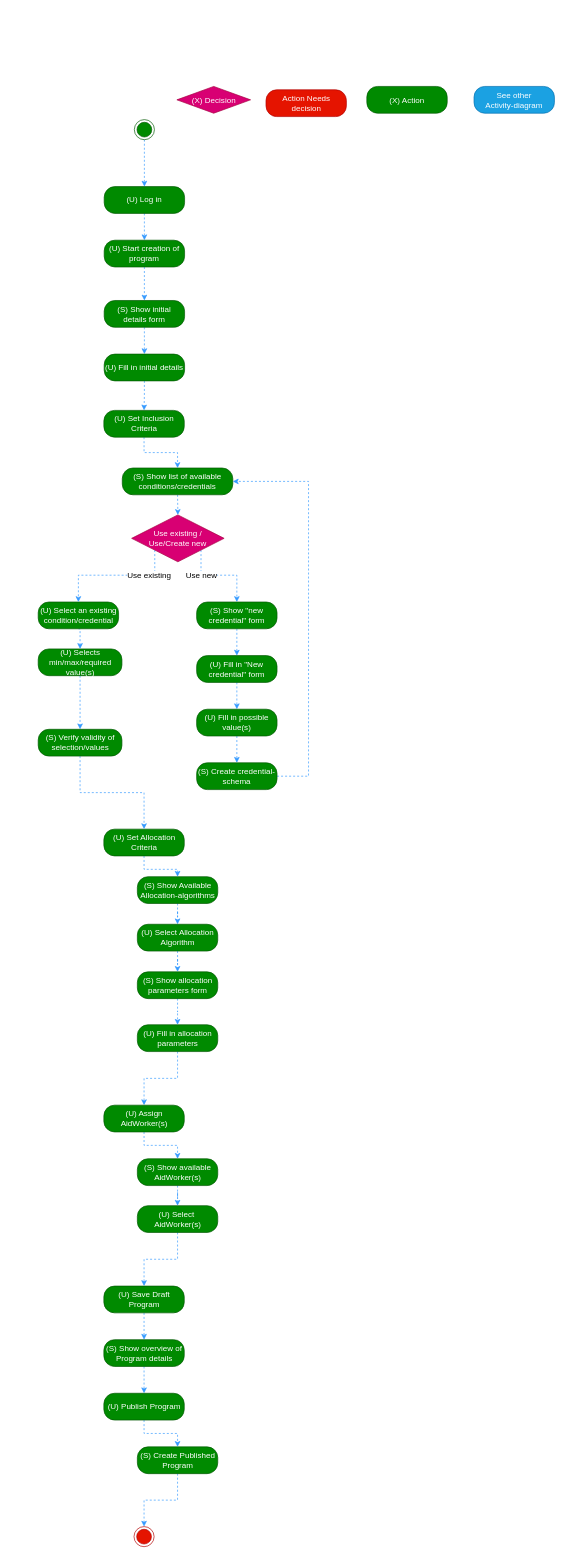
Earlier version of the draw.io diagram Activity Diagrams/Publish a program activity.drawio (nsward/diagrams). Source tidied: cells renumbered, new cells numbered last; positions are measured from the earlier drawing's top-left corner, leaving out a move shared by most shapes. Both pictures are drawn from the tidied source at 67%, with x=0, y=0 at pixel (38, 86).
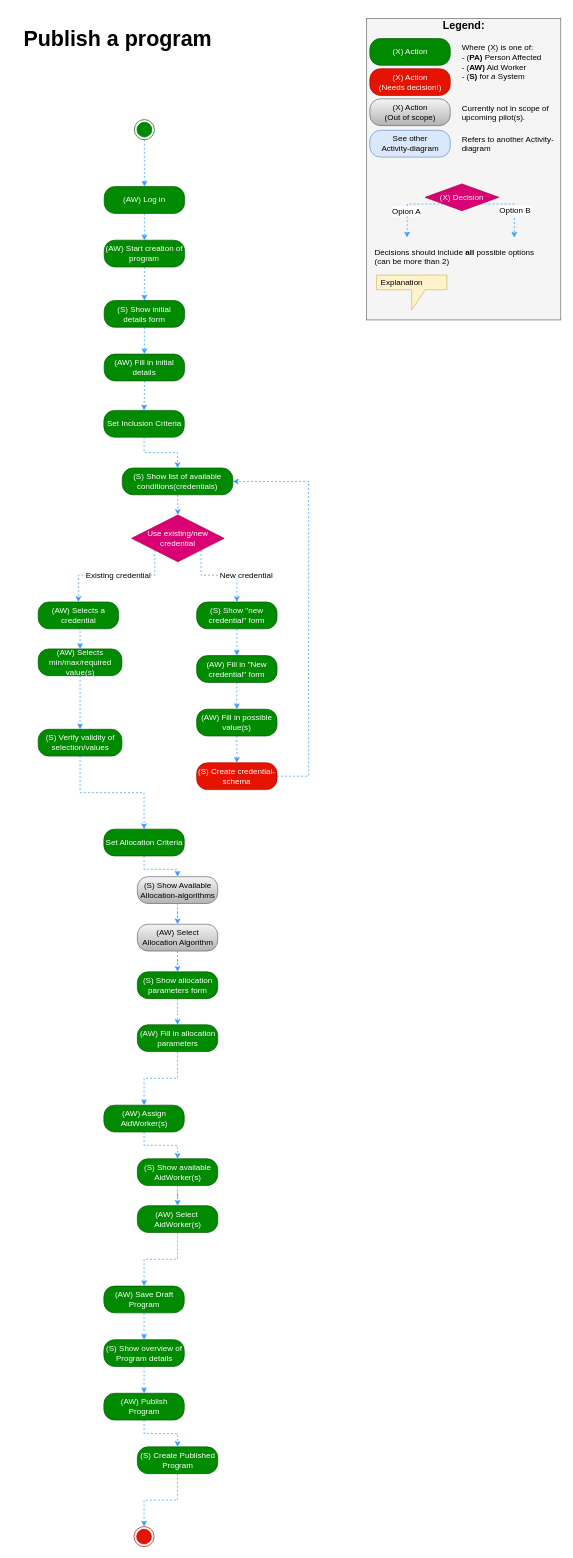
Above is the later version.

Commit message:
Align layout with template + include legend

Unchanged cells that the change refers to:
```xml
<mxCell id="47" style="edgeStyle=orthogonalEdgeStyle;rounded=0;jettySize=auto;html=1;exitX=0;exitY=1;exitDx=0;exitDy=0;entryX=0.5;entryY=0;entryDx=0;entryDy=0;dashed=1;fontColor=#ffffff;strokeColor=#3399FF;" parent="1" edge="1" source="51" target="41">
  <mxGeometry relative="1" as="geometry">
    <Array as="points">
      <mxPoint x="175" y="730" />
      <mxPoint x="61" y="730" />
    </Array>
  </mxGeometry>
</mxCell>
<mxCell id="49" style="edgeStyle=orthogonalEdgeStyle;rounded=0;jettySize=auto;html=1;exitX=1;exitY=1;exitDx=0;exitDy=0;entryX=0.5;entryY=0;entryDx=0;entryDy=0;dashed=1;fontColor=#ffffff;strokeColor=#3399FF;" parent="1" edge="1" source="51" target="53">
  <mxGeometry relative="1" as="geometry">
    <Array as="points">
      <mxPoint x="244" y="730" />
      <mxPoint x="297" y="730" />
    </Array>
  </mxGeometry>
</mxCell>
```

Diff of the diagram source:
```diff
@@
-    <mxCell id="5" value="(U) Log in" style="rounded=1;whiteSpace=wrap;html=1;arcSize=40;fillColor=#008a00;strokeColor=#005700;fontColor=#ffffff;" parent="1" vertex="1">
+    <mxCell id="5" value="(AW) Log in" style="rounded=1;whiteSpace=wrap;html=1;arcSize=40;fillColor=#008a00;strokeColor=#005700;fontColor=#ffffff;" parent="1" vertex="1">
       <mxGeometry x="99" y="150" width="120" height="40" as="geometry" />
     </mxCell>
@@
-    <mxCell id="7" value="(U) Start creation of program" style="rounded=1;whiteSpace=wrap;html=1;arcSize=40;fillColor=#008a00;strokeColor=#005700;fontColor=#ffffff;" parent="1" vertex="1">
+    <mxCell id="7" value="(AW) Start creation of program" style="rounded=1;whiteSpace=wrap;html=1;arcSize=40;fillColor=#008a00;strokeColor=#005700;fontColor=#ffffff;" parent="1" vertex="1">
       <mxGeometry x="99" y="230" width="120" height="40" as="geometry" />
     </mxCell>
@@
-    <mxCell id="11" value="(U) Fill in initial details" style="rounded=1;whiteSpace=wrap;html=1;arcSize=40;fillColor=#008a00;strokeColor=#005700;fontColor=#ffffff;" parent="1" vertex="1">
+    <mxCell id="11" value="(AW) Fill in initial details" style="rounded=1;whiteSpace=wrap;html=1;arcSize=40;fillColor=#008a00;strokeColor=#005700;fontColor=#ffffff;" parent="1" vertex="1">
       <mxGeometry x="99" y="400" width="120" height="40" as="geometry" />
     </mxCell>
@@
-    <mxCell id="13" value="(U) Set Inclusion Criteria&lt;br&gt;" style="rounded=1;whiteSpace=wrap;html=1;arcSize=40;fillColor=#008a00;strokeColor=#005700;fontColor=#ffffff;" parent="1" vertex="1">
+    <mxCell id="13" value="Set Inclusion Criteria&lt;br&gt;" style="rounded=1;whiteSpace=wrap;html=1;arcSize=40;fillColor=#008a00;strokeColor=#005700;fontColor=#ffffff;" parent="1" vertex="1">
       <mxGeometry x="98.5" y="484" width="120" height="40" as="geometry" />
     </mxCell>
@@
-    <mxCell id="15" value="(U) Set Allocation Criteria&lt;br&gt;" style="rounded=1;whiteSpace=wrap;html=1;arcSize=40;fillColor=#008a00;strokeColor=#005700;fontColor=#ffffff;" parent="1" vertex="1">
+    <mxCell id="15" value="Set Allocation Criteria&lt;br&gt;" style="rounded=1;whiteSpace=wrap;html=1;arcSize=40;fillColor=#008a00;strokeColor=#005700;fontColor=#ffffff;" parent="1" vertex="1">
       <mxGeometry x="98.5" y="1109" width="120" height="40" as="geometry" />
     </mxCell>
@@
-    <mxCell id="17" value="(S) Show Available Allocation-algorithms&lt;br&gt;" style="rounded=1;whiteSpace=wrap;html=1;arcSize=40;fillColor=#008a00;strokeColor=#005700;fontColor=#ffffff;" parent="1" vertex="1">
+    <mxCell id="17" value="(S) Show Available Allocation-algorithms&lt;br&gt;" style="rounded=1;whiteSpace=wrap;html=1;arcSize=40;fillColor=#f5f5f5;strokeColor=#666666;gradientColor=#b3b3b3;" parent="1" vertex="1">
       <mxGeometry x="148.5" y="1180" width="120" height="40" as="geometry" />
     </mxCell>
@@
-    <mxCell id="19" value="(U) Select Allocation Algorithm&lt;br&gt;" style="rounded=1;whiteSpace=wrap;html=1;arcSize=40;fillColor=#008a00;strokeColor=#005700;fontColor=#ffffff;" parent="1" vertex="1">
+    <mxCell id="19" value="(AW) Select Allocation Algorithm&lt;br&gt;" style="rounded=1;whiteSpace=wrap;html=1;arcSize=40;fillColor=#f5f5f5;strokeColor=#666666;gradientColor=#b3b3b3;" parent="1" vertex="1">
       <mxGeometry x="148.5" y="1251" width="120" height="40" as="geometry" />
     </mxCell>
@@
-    <mxCell id="23" value="(U) Fill in allocation parameters&lt;br&gt;" style="rounded=1;whiteSpace=wrap;html=1;arcSize=40;fillColor=#008a00;strokeColor=#005700;fontColor=#ffffff;" parent="1" vertex="1">
+    <mxCell id="23" value="(AW) Fill in allocation parameters&lt;br&gt;" style="rounded=1;whiteSpace=wrap;html=1;arcSize=40;fillColor=#008a00;strokeColor=#005700;fontColor=#ffffff;" parent="1" vertex="1">
       <mxGeometry x="148.5" y="1401" width="120" height="40" as="geometry" />
     </mxCell>
@@
-    <mxCell id="25" value="(U) Assign AidWorker(s)&lt;br&gt;" style="rounded=1;whiteSpace=wrap;html=1;arcSize=40;fillColor=#008a00;strokeColor=#005700;fontColor=#ffffff;" parent="1" vertex="1">
+    <mxCell id="25" value="(AW) Assign AidWorker(s)&lt;br&gt;" style="rounded=1;whiteSpace=wrap;html=1;arcSize=40;fillColor=#008a00;strokeColor=#005700;fontColor=#ffffff;" parent="1" vertex="1">
       <mxGeometry x="98.5" y="1521" width="120" height="40" as="geometry" />
     </mxCell>
@@
-    <mxCell id="29" value="(U) Select&amp;nbsp; AidWorker(s)&lt;br&gt;" style="rounded=1;whiteSpace=wrap;html=1;arcSize=40;fillColor=#008a00;strokeColor=#005700;fontColor=#ffffff;" parent="1" vertex="1">
+    <mxCell id="29" value="(AW) Select&amp;nbsp; AidWorker(s)&lt;br&gt;" style="rounded=1;whiteSpace=wrap;html=1;arcSize=40;fillColor=#008a00;strokeColor=#005700;fontColor=#ffffff;" parent="1" vertex="1">
       <mxGeometry x="148.5" y="1671" width="120" height="40" as="geometry" />
     </mxCell>
@@
-    <mxCell id="31" value="(U) Save Draft Program&lt;br&gt;" style="rounded=1;whiteSpace=wrap;html=1;arcSize=40;fillColor=#008a00;strokeColor=#005700;fontColor=#ffffff;" parent="1" vertex="1">
+    <mxCell id="31" value="(AW) Save Draft Program&lt;br&gt;" style="rounded=1;whiteSpace=wrap;html=1;arcSize=40;fillColor=#008a00;strokeColor=#005700;fontColor=#ffffff;" parent="1" vertex="1">
       <mxGeometry x="98.5" y="1791" width="120" height="40" as="geometry" />
     </mxCell>
@@
-    <mxCell id="35" value="(U) Publish Program&lt;br&gt;" style="rounded=1;whiteSpace=wrap;html=1;arcSize=40;fillColor=#008a00;strokeColor=#005700;fontColor=#ffffff;" parent="1" vertex="1">
+    <mxCell id="35" value="(AW) Publish Program&lt;br&gt;" style="rounded=1;whiteSpace=wrap;html=1;arcSize=40;fillColor=#008a00;strokeColor=#005700;fontColor=#ffffff;" parent="1" vertex="1">
       <mxGeometry x="98.5" y="1951" width="120" height="40" as="geometry" />
     </mxCell>
@@
-    <mxCell id="39" value="(S) Show list of available conditions/credentials" style="rounded=1;whiteSpace=wrap;html=1;arcSize=40;fillColor=#008a00;strokeColor=#005700;fontColor=#ffffff;" parent="1" vertex="1">
+    <mxCell id="39" value="(S) Show list of available conditions(credentials)" style="rounded=1;whiteSpace=wrap;html=1;arcSize=40;fillColor=#008a00;strokeColor=#005700;fontColor=#ffffff;" parent="1" vertex="1">
       <mxGeometry x="126" y="570" width="165" height="40" as="geometry" />
     </mxCell>
@@
-    <mxCell id="41" value="(U) Select an existing condition/credential" style="rounded=1;whiteSpace=wrap;html=1;arcSize=40;fillColor=#008a00;strokeColor=#005700;fontColor=#ffffff;" parent="1" vertex="1">
+    <mxCell id="41" value="(AW) Selects a credential" style="rounded=1;whiteSpace=wrap;html=1;arcSize=40;fillColor=#008a00;strokeColor=#005700;fontColor=#ffffff;" parent="1" vertex="1">
       <mxGeometry x="0.5" y="770" width="120" height="40" as="geometry" />
     </mxCell>
@@
-    <mxCell id="43" value="(U) Selects min/max/required value(s)&lt;br&gt;" style="rounded=1;whiteSpace=wrap;html=1;arcSize=40;fillColor=#008a00;strokeColor=#005700;fontColor=#ffffff;" parent="1" vertex="1">
+    <mxCell id="43" value="(AW) Selects min/max/required value(s)&lt;br&gt;" style="rounded=1;whiteSpace=wrap;html=1;arcSize=40;fillColor=#008a00;strokeColor=#005700;fontColor=#ffffff;" parent="1" vertex="1">
       <mxGeometry x="0.5" y="840" width="125" height="40" as="geometry" />
     </mxCell>
@@
-    <mxCell id="48" value="Use existing&lt;br&gt;" style="text;html=1;align=center;verticalAlign=middle;labelBackgroundColor=#ffffff;" parent="47" vertex="1">
-      <mxGeometry x="-0.51" relative="1" as="geometry" />
+    <mxCell id="48" value="Existing credential&lt;br&gt;" style="text;html=1;align=center;verticalAlign=middle;labelBackgroundColor=#ffffff;" parent="47" vertex="1">
+      <mxGeometry x="-0.51" relative="1" as="geometry">
+        <mxPoint x="-46" y="-1" as="offset" />
+      </mxGeometry>
     </mxCell>
@@
-    <mxCell id="50" value="Use new" style="text;html=1;align=center;verticalAlign=middle;labelBackgroundColor=#ffffff;" parent="49" vertex="1">
+    <mxCell id="50" value="New credential" style="text;html=1;align=center;verticalAlign=middle;labelBackgroundColor=#ffffff;" parent="49" vertex="1">
       <mxGeometry x="0.05" y="1" relative="1" as="geometry">
-        <mxPoint x="-32" y="1" as="offset" />
+        <mxPoint x="35" as="offset" />
       </mxGeometry>
     </mxCell>
-    <mxCell id="51" value="Use existing /&lt;br&gt;Use/Create new" style="rhombus;whiteSpace=wrap;html=1;fillColor=#d80073;strokeColor=#A50040;fontColor=#ffffff;" parent="1" vertex="1">
+    <mxCell id="51" value="Use existing/new credential" style="rhombus;whiteSpace=wrap;html=1;fillColor=#d80073;strokeColor=#A50040;fontColor=#ffffff;" parent="1" vertex="1">
       <mxGeometry x="140" y="640" width="138" height="70" as="geometry" />
     </mxCell>
@@
-    <mxCell id="55" value="(U) Fill in &quot;New credential&quot; form&lt;br&gt;" style="rounded=1;whiteSpace=wrap;html=1;arcSize=40;fillColor=#008a00;strokeColor=#005700;fontColor=#ffffff;" parent="1" vertex="1">
+    <mxCell id="55" value="(AW) Fill in &quot;New credential&quot; form&lt;br&gt;" style="rounded=1;whiteSpace=wrap;html=1;arcSize=40;fillColor=#008a00;strokeColor=#005700;fontColor=#ffffff;" parent="1" vertex="1">
       <mxGeometry x="237" y="850" width="120" height="40" as="geometry" />
     </mxCell>
@@
-    <mxCell id="57" value="(U) Fill in possible value(s)&lt;br&gt;" style="rounded=1;whiteSpace=wrap;html=1;arcSize=40;fillColor=#008a00;strokeColor=#005700;fontColor=#ffffff;" parent="1" vertex="1">
+    <mxCell id="57" value="(AW) Fill in possible value(s)&lt;br&gt;" style="rounded=1;whiteSpace=wrap;html=1;arcSize=40;fillColor=#008a00;strokeColor=#005700;fontColor=#ffffff;" parent="1" vertex="1">
       <mxGeometry x="237" y="930" width="120" height="40" as="geometry" />
     </mxCell>
@@
-    <mxCell id="59" value="(S) Create credential-schema&lt;br&gt;" style="rounded=1;whiteSpace=wrap;html=1;arcSize=40;fillColor=#008a00;strokeColor=#005700;fontColor=#ffffff;" parent="1" vertex="1">
+    <mxCell id="59" value="(S) Create credential-schema&lt;br&gt;" style="rounded=1;whiteSpace=wrap;html=1;arcSize=40;fillColor=#e51400;strokeColor=#B20000;fontColor=#ffffff;" parent="1" vertex="1">
       <mxGeometry x="237" y="1010" width="120" height="40" as="geometry" />
     </mxCell>
+    <mxCell id="64" style="rounded=0;whiteSpace=wrap;html=1;fontSize=16;align=left;fillColor=#f5f5f5;strokeColor=#666666;fontColor=#333333;" parent="1" vertex="1">
+      <mxGeometry x="490.5" y="-101" width="290" height="450" as="geometry" />
+    </mxCell>
-    <mxCell id="60" value="See other&lt;br&gt;Activity-diagram" style="rounded=1;whiteSpace=wrap;html=1;arcSize=40;fillColor=#1ba1e2;strokeColor=#006EAF;fontColor=#ffffff;" parent="1" vertex="1">
-      <mxGeometry x="651" y="0.5" width="120" height="40" as="geometry" />
+    <mxCell id="60" value="See other&lt;br&gt;Activity-diagram" style="rounded=1;whiteSpace=wrap;html=1;arcSize=40;fillColor=#dae8fc;strokeColor=#6c8ebf;" parent="1" vertex="1">
+      <mxGeometry x="495.5" y="66" width="120" height="40" as="geometry" />
     </mxCell>
     <mxCell id="61" value="(X) Action&lt;br&gt;" style="rounded=1;whiteSpace=wrap;html=1;arcSize=40;fillColor=#008a00;strokeColor=#005700;fontColor=#ffffff;" parent="1" vertex="1">
-      <mxGeometry x="491" y="0.5" width="120" height="40" as="geometry" />
+      <mxGeometry x="495.5" y="-71" width="120" height="40" as="geometry" />
     </mxCell>
+    <mxCell id="65" style="edgeStyle=orthogonalEdgeStyle;rounded=0;jettySize=auto;html=1;dashed=1;strokeColor=#3399FF;exitX=0;exitY=1;exitDx=0;exitDy=0;" parent="1" edge="1" source="62">
+      <mxGeometry relative="1" as="geometry">
+        <mxPoint x="551" y="226" as="targetPoint" />
+      </mxGeometry>
+    </mxCell>
+    <mxCell id="66" value="Opion A" style="text;html=1;align=center;verticalAlign=middle;labelBackgroundColor=#ffffff;" parent="65" vertex="1">
+      <mxGeometry x="-0.26" y="1" relative="1" as="geometry">
+        <mxPoint x="-18" y="9" as="offset" />
+      </mxGeometry>
+    </mxCell>
+    <mxCell id="67" style="edgeStyle=orthogonalEdgeStyle;rounded=0;jettySize=auto;html=1;exitX=1;exitY=1;exitDx=0;exitDy=0;dashed=1;strokeColor=#3399FF;" parent="1" edge="1" source="62">
+      <mxGeometry relative="1" as="geometry">
+        <mxPoint x="711" y="226" as="targetPoint" />
+      </mxGeometry>
+    </mxCell>
+    <mxCell id="68" value="Option B" style="text;html=1;align=center;verticalAlign=middle;labelBackgroundColor=#ffffff;" parent="67" vertex="1">
+      <mxGeometry x="0.2" y="-1" relative="1" as="geometry">
+        <mxPoint x="1" as="offset" />
+      </mxGeometry>
+    </mxCell>
     <mxCell id="62" value="&lt;span&gt;(X) Decision&lt;br&gt;&lt;/span&gt;" style="rhombus;whiteSpace=wrap;html=1;fillColor=#d80073;strokeColor=#A50040;fontColor=#ffffff;" parent="1" vertex="1">
-      <mxGeometry x="207.5" y="0.5" width="110" height="40" as="geometry" />
+      <mxGeometry x="578" y="146" width="110" height="40" as="geometry" />
     </mxCell>
-    <mxCell id="63" value="Action Needs decision&lt;br&gt;" style="rounded=1;whiteSpace=wrap;html=1;arcSize=40;fillColor=#e51400;strokeColor=#B20000;fontColor=#ffffff;" parent="1" vertex="1">
-      <mxGeometry x="340.5" y="5.5" width="120" height="40" as="geometry" />
-    </mxCell>
+    <mxCell id="69" value="(X) Action&lt;br&gt;(Needs decision!)&lt;br&gt;" style="rounded=1;whiteSpace=wrap;html=1;arcSize=40;fillColor=#e51400;strokeColor=#B20000;fontColor=#ffffff;" parent="1" vertex="1">
+      <mxGeometry x="495.5" y="-26" width="120" height="40" as="geometry" />
+    </mxCell>
+    <mxCell id="70" value="&lt;div style=&quot;text-align: left ; font-size: 32px&quot;&gt;Publish a program&lt;/div&gt;" style="text;html=1;strokeColor=none;fillColor=none;align=left;verticalAlign=middle;whiteSpace=wrap;rounded=0;fontStyle=1;fontSize=32;spacingLeft=16;" parent="1" vertex="1">
+      <mxGeometry x="-39.5" y="-111" width="518" height="80" as="geometry" />
+    </mxCell>
+    <mxCell id="71" value="&lt;font style=&quot;font-size: 16px;&quot;&gt;Legend:&lt;/font&gt;" style="text;html=1;strokeColor=none;fillColor=none;align=center;verticalAlign=middle;whiteSpace=wrap;rounded=0;fontSize=16;fontStyle=1;" parent="1" vertex="1">
+      <mxGeometry x="615.5" y="-101" width="40" height="20" as="geometry" />
+    </mxCell>
+    <mxCell id="72" value="Where (X) is one of:&lt;br&gt;- (&lt;b&gt;PA)&lt;/b&gt; Person Affected&lt;br&gt;- (&lt;b&gt;AW)&lt;/b&gt; Aid Worker&lt;br&gt;- (&lt;b&gt;S)&lt;/b&gt; for &lt;i&gt;a&lt;/i&gt; System&lt;br&gt;" style="text;html=1;strokeColor=none;fillColor=none;align=left;verticalAlign=top;whiteSpace=wrap;rounded=0;fontSize=12;" parent="1" vertex="1">
+      <mxGeometry x="630.5" y="-71" width="140" height="70" as="geometry" />
+    </mxCell>
+    <mxCell id="73" value="Refers to another Activity-diagram&lt;br&gt;" style="text;html=1;strokeColor=none;fillColor=none;align=left;verticalAlign=top;whiteSpace=wrap;rounded=0;fontSize=12;" parent="1" vertex="1">
+      <mxGeometry x="630.5" y="66" width="140" height="38" as="geometry" />
+    </mxCell>
+    <mxCell id="74" value="Decisions should include &lt;b&gt;all&lt;/b&gt; possible options (can be more than 2)&lt;br&gt;" style="text;html=1;strokeColor=none;fillColor=none;align=left;verticalAlign=top;whiteSpace=wrap;rounded=0;fontSize=12;" parent="1" vertex="1">
+      <mxGeometry x="500.5" y="234" width="250" height="38" as="geometry" />
+    </mxCell>
+    <mxCell id="75" value="&lt;p&gt;Explanation&lt;/p&gt;" style="shape=callout;whiteSpace=wrap;html=1;perimeter=calloutPerimeter;fillColor=#fff2cc;fontSize=12;align=left;strokeColor=#d6b656;spacingLeft=4;" parent="1" vertex="1">
+      <mxGeometry x="505.5" y="282" width="105" height="52" as="geometry" />
+    </mxCell>
+    <mxCell id="76" value="(X) Action&lt;br&gt;(Out of scope)&lt;br&gt;" style="rounded=1;whiteSpace=wrap;html=1;arcSize=40;fillColor=#f5f5f5;strokeColor=#666666;gradientColor=#b3b3b3;" parent="1" vertex="1">
+      <mxGeometry x="495.5" y="19" width="120" height="40" as="geometry" />
+    </mxCell>
+    <mxCell id="77" value="Currently not in scope of upcoming pilot(s).&lt;br&gt;" style="text;html=1;strokeColor=none;fillColor=none;align=left;verticalAlign=top;whiteSpace=wrap;rounded=0;fontSize=12;" parent="1" vertex="1">
+      <mxGeometry x="630.5" y="19" width="140" height="70" as="geometry" />
+    </mxCell>
```
